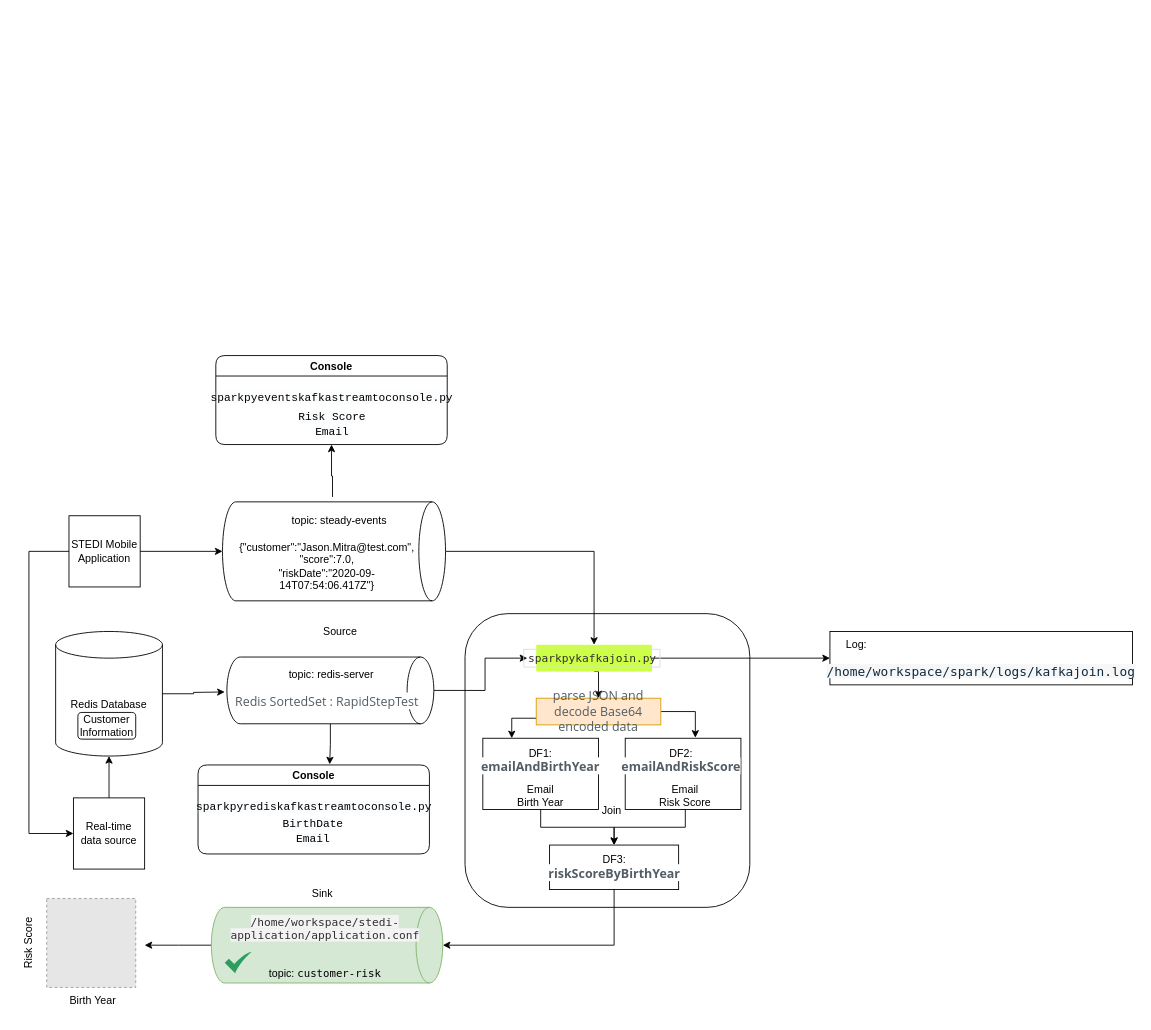
The draw.io diagram project/starter/images/Untitled Diagram.drawio in poobhat/nd029-c2-apache-spark-and-spark-streaming-starter, before the edit. Source tidied: cells renumbered, new cells numbered last; positions are measured from the earlier drawing's top-left corner, leaving out a move shared by most shapes. Both pictures are drawn from the tidied source at 89%, with x=0, y=0 at pixel (-20, 355). Pictures stored in the file or linked from it are replaced by grey dashed boxes.
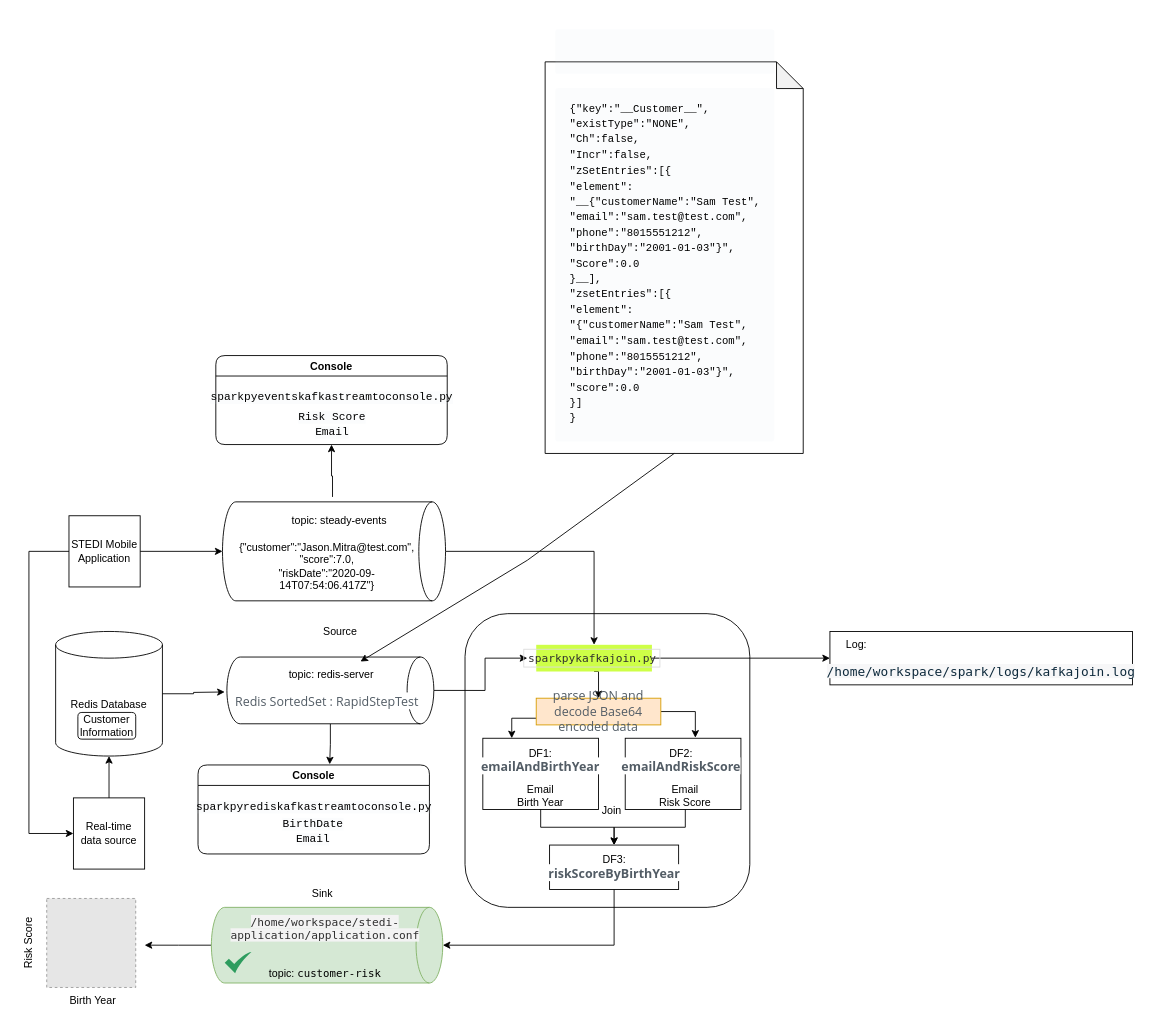
The same diagram, later.

Commit message:
redis-server schema info added Diagram.drawio

The change refers to these unchanged cells:
```xml
<mxCell id="6" value="topic: redis-server" style="text;html=1;strokeColor=none;fillColor=none;align=center;verticalAlign=middle;whiteSpace=wrap;rounded=0;" parent="1" vertex="1">
  <mxGeometry x="330" y="343.8" width="130" height="30" as="geometry" />
</mxCell>
```

Diff of the diagram source:
```diff
@@
+    <mxCell id="57" style="shape=note;whiteSpace=wrap;html=1;backgroundOutline=1;darkOpacity=0.05;rounded=1;labelBackgroundColor=none;fontColor=default;strokeColor=default;fillColor=none;" parent="1" vertex="1">
+      <mxGeometry x="635" y="-330" width="290" height="440" as="geometry" />
+    </mxCell>
+    <mxCell id="58" style="endArrow=classic;html=1;rounded=0;fontColor=default;entryX=0.75;entryY=0;entryDx=0;entryDy=0;exitX=0.5;exitY=1;exitDx=0;exitDy=0;exitPerimeter=0;" parent="1" edge="1" source="57" target="6">
+      <mxGeometry relative="1" as="geometry">
+        <Array as="points">
+          <mxPoint x="615" y="230" />
+        </Array>
+      </mxGeometry>
+    </mxCell>
+    <mxCell id="59" value="&lt;pre style=&quot;box-sizing: border-box ; margin-top: 16px ; margin-bottom: 16px ; font-stretch: normal ; line-height: 1.45 ; padding: 16px ; overflow: auto ; border-radius: 3px ; background-color: rgba(212 , 222 , 231 , 0.098)&quot;&gt;&lt;font face=&quot;jetbrains mono, consolas, liberation mono, menlo, courier, monospace&quot;&gt;&lt;span style=&quot;font-size: 11.9px&quot;&gt;&lt;br&gt;&lt;/span&gt;&lt;/font&gt;&lt;/pre&gt;&lt;pre style=&quot;box-sizing: border-box ; margin-top: 16px ; margin-bottom: 16px ; font-stretch: normal ; line-height: 1.45 ; padding: 16px ; overflow: auto ; border-radius: 3px ; background-color: rgba(212 , 222 , 231 , 0.098)&quot;&gt;&lt;font face=&quot;jetbrains mono, consolas, liberation mono, menlo, courier, monospace&quot;&gt;&lt;span style=&quot;font-size: 11.9px&quot;&gt;{&quot;key&quot;:&quot;__Customer__&quot;,&lt;br&gt;&quot;existType&quot;:&quot;NONE&quot;,&lt;br&gt;&quot;Ch&quot;:false,&lt;br&gt;&quot;Incr&quot;:false,&lt;br&gt;&quot;zSetEntries&quot;:[{&lt;br&gt;&quot;element&quot;:&lt;br&gt;&quot;__{&quot;customerName&quot;:&quot;Sam Test&quot;,&lt;br&gt;&quot;email&quot;:&quot;sam.test@test.com&quot;,&lt;br&gt;&quot;phone&quot;:&quot;8015551212&quot;,&lt;br&gt;&quot;birthDay&quot;:&quot;2001-01-03&quot;}&quot;,&lt;br&gt;&quot;Score&quot;:0.0&lt;br&gt;}__],&lt;br&gt;&quot;zsetEntries&quot;:[{&lt;br&gt;&quot;element&quot;:&lt;br&gt;&quot;{&quot;customerName&quot;:&quot;Sam Test&quot;,&lt;br&gt;&quot;email&quot;:&quot;sam.test@test.com&quot;,&lt;br&gt;&quot;phone&quot;:&quot;8015551212&quot;,&lt;br&gt;&quot;birthDay&quot;:&quot;2001-01-03&quot;}&quot;,&lt;br&gt;&quot;score&quot;:0.0&lt;br&gt;}]&lt;br&gt;}&lt;/span&gt;&lt;span style=&quot;font-size: 0.85em&quot;&gt;&lt;br&gt;&lt;/span&gt;&lt;/font&gt;&lt;/pre&gt;" style="text;html=1;strokeColor=none;fillColor=none;align=left;verticalAlign=middle;whiteSpace=wrap;rounded=0;labelBackgroundColor=none;fontColor=default;" parent="1" vertex="1">
+      <mxGeometry x="645" y="-150" width="130" height="30" as="geometry" />
+    </mxCell>
+    <mxCell id="60" style="edgeStyle=orthogonalEdgeStyle;rounded=0;orthogonalLoop=1;jettySize=auto;html=1;exitX=0.5;exitY=1;exitDx=0;exitDy=0;fontColor=default;" parent="1" edge="1" source="59" target="59">
+      <mxGeometry relative="1" as="geometry" />
+    </mxCell>
```
